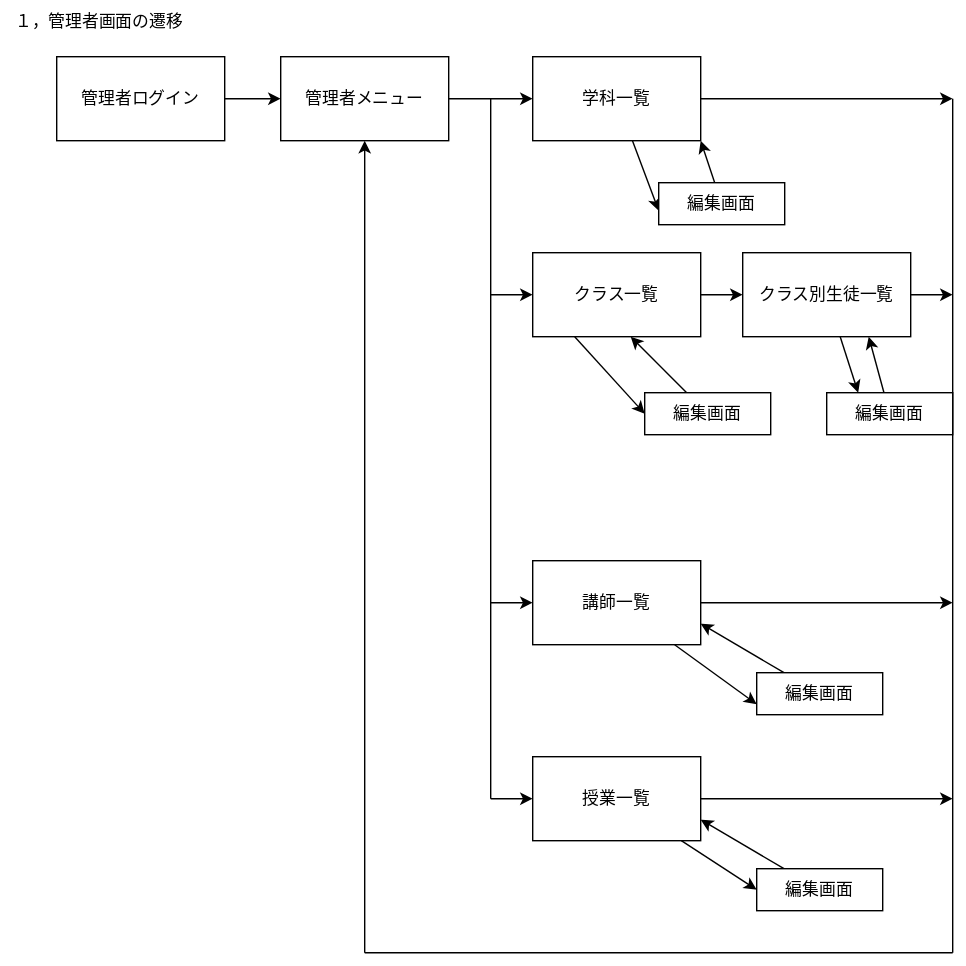
This is teamG3.drawio.svg from Skypeace8585/uml-introduction, a draw.io export, as it was before one commit. Source tidied: cells renumbered, new cells last; positions are measured from the earlier drawing's top-left corner, leaving out a move shared by most shapes.
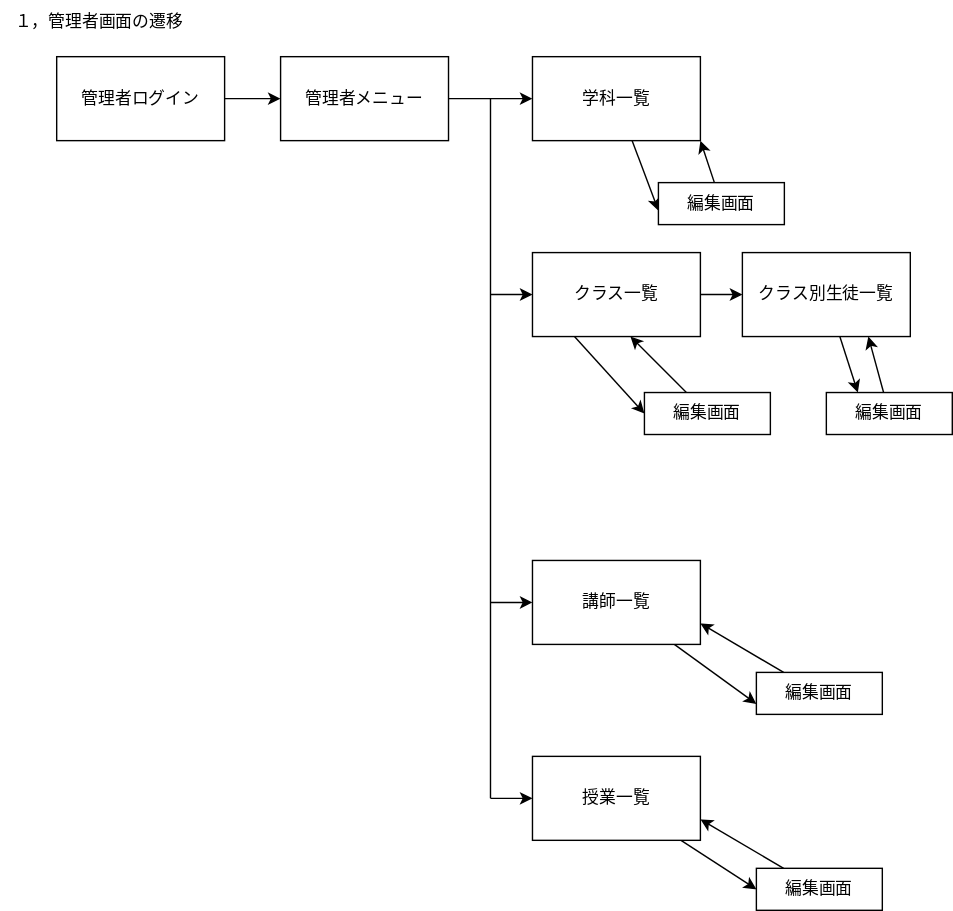
Above is the later version.

What changed in the source:
```diff
@@ -17,11 +17,6 @@
     <mxCell id="6" value="管理者メニュー" style="rounded=0;whiteSpace=wrap;html=1;" parent="1" vertex="1">
       <mxGeometry x="200" y="40" width="120" height="60" as="geometry" />
     </mxCell>
-    <mxCell id="7" style="edgeStyle=none;html=1;" parent="1" edge="1" source="9">
-      <mxGeometry relative="1" as="geometry">
-        <mxPoint x="680" y="70" as="targetPoint" />
-      </mxGeometry>
-    </mxCell>
     <mxCell id="8" style="edgeStyle=none;html=1;" parent="1" edge="1" source="9">
       <mxGeometry relative="1" as="geometry">
         <mxPoint x="470" y="150" as="targetPoint" />
@@ -30,11 +25,6 @@
     <mxCell id="9" value="学科一覧" style="rounded=0;whiteSpace=wrap;html=1;" parent="1" vertex="1">
       <mxGeometry x="380" y="40" width="120" height="60" as="geometry" />
     </mxCell>
-    <mxCell id="10" style="edgeStyle=none;html=1;exitX=1;exitY=0.5;exitDx=0;exitDy=0;" parent="1" edge="1" source="12">
-      <mxGeometry relative="1" as="geometry">
-        <mxPoint x="680" y="430" as="targetPoint" />
-      </mxGeometry>
-    </mxCell>
     <mxCell id="11" style="edgeStyle=none;html=1;entryX=0;entryY=0.75;entryDx=0;entryDy=0;" parent="1" edge="1" source="12" target="27">
       <mxGeometry relative="1" as="geometry" />
     </mxCell>
@@ -68,23 +58,6 @@
         <mxPoint x="350" y="430" as="sourcePoint" />
       </mxGeometry>
     </mxCell>
-    <mxCell id="19" style="endArrow=none;html=1;" parent="1" edge="1">
-      <mxGeometry relative="1" as="geometry">
-        <mxPoint x="680" y="70" as="sourcePoint" />
-        <mxPoint x="680" y="680" as="targetPoint" />
-      </mxGeometry>
-    </mxCell>
-    <mxCell id="20" style="endArrow=none;html=1;" parent="1" edge="1">
-      <mxGeometry relative="1" as="geometry">
-        <mxPoint x="260" y="680" as="sourcePoint" />
-        <mxPoint x="680" y="680" as="targetPoint" />
-      </mxGeometry>
-    </mxCell>
-    <mxCell id="21" style="endArrow=classic;html=1;entryX=0.5;entryY=1;entryDx=0;entryDy=0;" parent="1" edge="1" target="6">
-      <mxGeometry relative="1" as="geometry">
-        <mxPoint x="260" y="680" as="sourcePoint" />
-      </mxGeometry>
-    </mxCell>
     <mxCell id="22" style="edgeStyle=none;html=1;entryX=1;entryY=1;entryDx=0;entryDy=0;" parent="1" edge="1" source="23" target="9">
       <mxGeometry relative="1" as="geometry" />
     </mxCell>
@@ -116,22 +89,12 @@
         <mxPoint x="350" y="570" as="sourcePoint" />
       </mxGeometry>
     </mxCell>
-    <mxCell id="31" style="edgeStyle=none;html=1;exitX=1;exitY=0.5;exitDx=0;exitDy=0;" parent="1" edge="1" source="29">
-      <mxGeometry relative="1" as="geometry">
-        <mxPoint x="680" y="570" as="targetPoint" />
-      </mxGeometry>
-    </mxCell>
     <mxCell id="32" style="edgeStyle=none;html=1;entryX=1;entryY=0.75;entryDx=0;entryDy=0;" parent="1" edge="1" source="33" target="29">
       <mxGeometry relative="1" as="geometry" />
     </mxCell>
     <mxCell id="33" value="編集画面" style="rounded=0;whiteSpace=wrap;html=1;" parent="1" vertex="1">
       <mxGeometry x="540" y="620" width="90" height="30" as="geometry" />
     </mxCell>
-    <mxCell id="34" style="edgeStyle=none;html=1;" parent="1" edge="1" source="36">
-      <mxGeometry relative="1" as="geometry">
-        <mxPoint x="680" y="210" as="targetPoint" />
-      </mxGeometry>
-    </mxCell>
     <mxCell id="35" style="edgeStyle=none;html=1;entryX=0.25;entryY=0;entryDx=0;entryDy=0;" parent="1" edge="1" source="36" target="38">
       <mxGeometry relative="1" as="geometry" />
     </mxCell>
```
